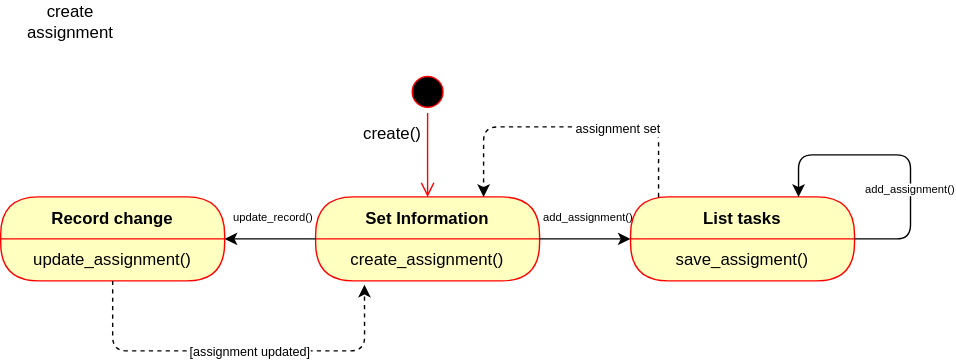
The draw.io diagram AnAnalysisModel.drawio.svg in ivondrak/SWE2025, before a commit. Source tidied: cells renumbered, new cells last; positions are measured from the earlier drawing's top-left corner, leaving out a move shared by most shapes. Source of this version:
```xml
<mxGraphModel>
  <root>
    <mxCell id="0" />
    <mxCell id="1" parent="0" />
    <mxCell id="2" value="create assignment" style="text;html=1;align=center;verticalAlign=middle;whiteSpace=wrap;rounded=0;" parent="1" vertex="1">
      <mxGeometry x="20" width="60" height="30" as="geometry" />
    </mxCell>
    <mxCell id="3" value="create()" style="text;html=1;align=center;verticalAlign=middle;whiteSpace=wrap;rounded=0;fontColor=default;labelBackgroundColor=none;" parent="1" vertex="1">
      <mxGeometry x="240" y="80" width="80" height="30" as="geometry" />
    </mxCell>
    <mxCell id="4" value="Set Information" style="swimlane;fontStyle=1;align=center;verticalAlign=middle;horizontal=1;startSize=30;fontColor=#000000;rounded=1;arcSize=30;strokeColor=#ff0000;fillColor=#ffffc0;swimlaneFillColor=#ffffc0;" parent="1" vertex="1">
      <mxGeometry x="225" y="140" width="160" height="60" as="geometry" />
    </mxCell>
    <mxCell id="5" value="create_assignment()" style="text;html=1;strokeColor=none;fillColor=none;align=center;verticalAlign=middle;spacingLeft=4;spacingRight=4;whiteSpace=wrap;overflow=hidden;fontColor=#000000;" parent="4" vertex="1">
      <mxGeometry y="30" width="160" height="30" as="geometry" />
    </mxCell>
    <mxCell id="6" style="ellipse;html=1;shape=startState;fillColor=#000000;strokeColor=#ff0000;" parent="1" vertex="1">
      <mxGeometry x="290" y="50" width="30" height="30" as="geometry" />
    </mxCell>
    <mxCell id="7" style="edgeStyle=orthogonalEdgeStyle;html=1;verticalAlign=bottom;endArrow=open;endSize=8;strokeColor=#ff0000;" parent="1" edge="1" source="6">
      <mxGeometry relative="1" as="geometry">
        <mxPoint x="305" y="140" as="targetPoint" />
      </mxGeometry>
    </mxCell>
    <mxCell id="8" value="Record change" style="swimlane;fontStyle=1;align=center;verticalAlign=middle;horizontal=1;startSize=30;fontColor=#000000;rounded=1;arcSize=30;strokeColor=#ff0000;fillColor=#ffffc0;swimlaneFillColor=#ffffc0;" parent="1" vertex="1">
      <mxGeometry y="140" width="160" height="60" as="geometry" />
    </mxCell>
    <mxCell id="9" value="update_assignment()" style="text;html=1;strokeColor=none;fillColor=none;align=center;verticalAlign=middle;spacingLeft=4;spacingRight=4;whiteSpace=wrap;overflow=hidden;fontColor=#000000;" parent="8" vertex="1">
      <mxGeometry y="30" width="160" height="30" as="geometry" />
    </mxCell>
    <mxCell id="10" style="edgeStyle=none;html=1;exitX=0;exitY=0;exitDx=0;exitDy=0;entryX=1;entryY=0;entryDx=0;entryDy=0;" parent="1" edge="1" source="5" target="9">
      <mxGeometry relative="1" as="geometry" />
    </mxCell>
    <mxCell id="11" value="update_record()" style="text;html=1;align=center;verticalAlign=middle;whiteSpace=wrap;rounded=0;fontSize=8;" parent="1" vertex="1">
      <mxGeometry x="165" y="140" width="60" height="30" as="geometry" />
    </mxCell>
    <mxCell id="12" value="List tasks" style="swimlane;fontStyle=1;align=center;verticalAlign=middle;horizontal=1;startSize=30;fontColor=#000000;rounded=1;arcSize=30;strokeColor=#ff0000;fillColor=#ffffc0;swimlaneFillColor=#ffffc0;" parent="1" vertex="1">
      <mxGeometry x="450" y="140" width="160" height="60" as="geometry" />
    </mxCell>
    <mxCell id="13" value="save_assigment()" style="text;html=1;strokeColor=none;fillColor=none;align=center;verticalAlign=middle;spacingLeft=4;spacingRight=4;whiteSpace=wrap;overflow=hidden;fontColor=#000000;" parent="12" vertex="1">
      <mxGeometry y="30" width="160" height="30" as="geometry" />
    </mxCell>
    <mxCell id="14" style="edgeStyle=none;html=1;exitX=1;exitY=0;exitDx=0;exitDy=0;entryX=0;entryY=0;entryDx=0;entryDy=0;" parent="1" edge="1" source="5" target="13">
      <mxGeometry relative="1" as="geometry" />
    </mxCell>
    <mxCell id="15" value="add_assignment()" style="text;html=1;align=center;verticalAlign=middle;whiteSpace=wrap;rounded=0;fontSize=8;" parent="1" vertex="1">
      <mxGeometry x="390" y="140" width="60" height="30" as="geometry" />
    </mxCell>
    <mxCell id="16" style="endArrow=classic;html=1;entryX=0.75;entryY=0;entryDx=0;entryDy=0;" parent="1" edge="1" target="12">
      <mxGeometry relative="1" as="geometry">
        <mxPoint x="610" y="170" as="sourcePoint" />
        <Array as="points">
          <mxPoint x="650" y="170" />
          <mxPoint x="650" y="110" />
          <mxPoint x="570" y="110" />
        </Array>
      </mxGeometry>
    </mxCell>
    <mxCell id="17" value="add_assignment()" style="text;html=1;align=center;verticalAlign=middle;whiteSpace=wrap;rounded=0;fontSize=8;labelBackgroundColor=default;" parent="1" vertex="1">
      <mxGeometry x="620" y="120" width="60" height="30" as="geometry" />
    </mxCell>
    <mxCell id="18" style="endArrow=classic;html=1;entryX=0.75;entryY=0;entryDx=0;entryDy=0;dashed=1;" parent="1" edge="1" target="4">
      <mxGeometry relative="1" as="geometry">
        <mxPoint x="470" y="140" as="sourcePoint" />
        <Array as="points">
          <mxPoint x="470" y="90" />
          <mxPoint x="345" y="90" />
        </Array>
      </mxGeometry>
    </mxCell>
    <mxCell id="19" value="assignment set" style="edgeLabel;html=1;align=center;verticalAlign=middle;fontSize=9;" parent="18" vertex="1">
      <mxGeometry x="-0.29" y="2" relative="1" as="geometry" />
    </mxCell>
    <mxCell id="20" style="endArrow=classic;html=1;exitX=0.5;exitY=1;exitDx=0;exitDy=0;entryX=0.218;entryY=1.093;entryDx=0;entryDy=0;entryPerimeter=0;dashed=1;" parent="1" edge="1" source="9" target="5">
      <mxGeometry relative="1" as="geometry">
        <Array as="points">
          <mxPoint x="80" y="250" />
          <mxPoint x="260" y="250" />
        </Array>
      </mxGeometry>
    </mxCell>
    <mxCell id="21" value="[assignment updated]" style="edgeLabel;html=1;align=center;verticalAlign=middle;fontSize=9;" parent="20" vertex="1">
      <mxGeometry x="0.06" y="-1" relative="1" as="geometry" />
    </mxCell>
  </root>
</mxGraphModel>
```
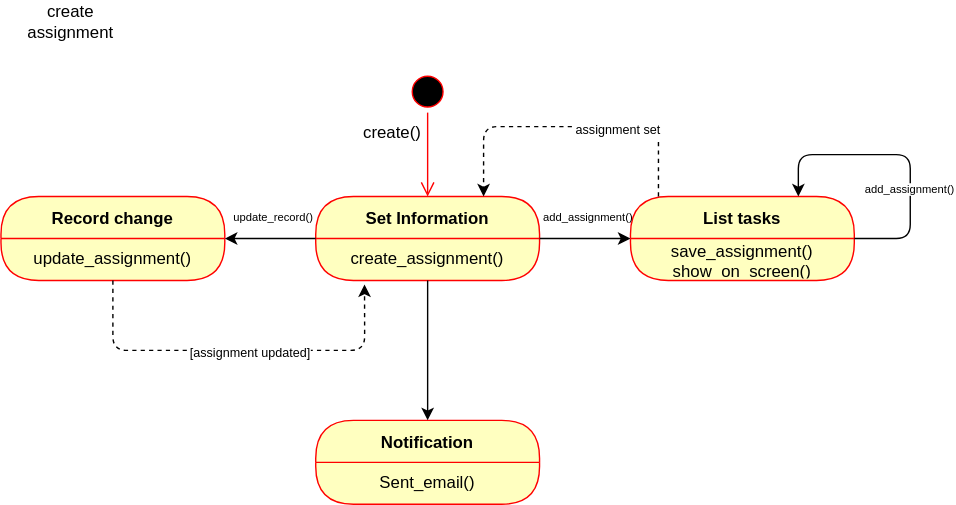
Later version of the same file.

Commit message:
edited task-statechart

What changed in the source:
```diff
@@ -37,7 +37,7 @@
     <mxCell id="12" value="List tasks" style="swimlane;fontStyle=1;align=center;verticalAlign=middle;horizontal=1;startSize=30;fontColor=#000000;rounded=1;arcSize=30;strokeColor=#ff0000;fillColor=#ffffc0;swimlaneFillColor=#ffffc0;" parent="1" vertex="1">
       <mxGeometry x="450" y="140" width="160" height="60" as="geometry" />
     </mxCell>
-    <mxCell id="13" value="save_assigment()" style="text;html=1;strokeColor=none;fillColor=none;align=center;verticalAlign=middle;spacingLeft=4;spacingRight=4;whiteSpace=wrap;overflow=hidden;fontColor=#000000;" parent="12" vertex="1">
+    <mxCell id="13" value="save_assignment()&lt;br&gt;show_on_screen()" style="text;html=1;strokeColor=none;fillColor=none;align=center;verticalAlign=middle;spacingLeft=4;spacingRight=4;whiteSpace=wrap;overflow=hidden;fontColor=#000000;" parent="12" vertex="1">
       <mxGeometry y="30" width="160" height="30" as="geometry" />
     </mxCell>
     <mxCell id="14" style="edgeStyle=none;html=1;exitX=1;exitY=0;exitDx=0;exitDy=0;entryX=0;entryY=0;entryDx=0;entryDy=0;" parent="1" edge="1" source="5" target="13">
@@ -82,5 +82,14 @@
     <mxCell id="21" value="[assignment updated]" style="edgeLabel;html=1;align=center;verticalAlign=middle;fontSize=9;" parent="20" vertex="1">
       <mxGeometry x="0.06" y="-1" relative="1" as="geometry" />
     </mxCell>
+    <mxCell id="22" value="Notification" style="swimlane;fontStyle=1;align=center;verticalAlign=middle;horizontal=1;startSize=30;fontColor=#000000;rounded=1;arcSize=30;strokeColor=#ff0000;fillColor=#ffffc0;swimlaneFillColor=#ffffc0;" parent="1" vertex="1">
+      <mxGeometry x="225" y="300" width="160" height="60" as="geometry" />
+    </mxCell>
+    <mxCell id="23" value="Sent_email()" style="text;html=1;strokeColor=none;fillColor=none;align=center;verticalAlign=middle;spacingLeft=4;spacingRight=4;whiteSpace=wrap;overflow=hidden;fontColor=#000000;" parent="22" vertex="1">
+      <mxGeometry y="30" width="160" height="30" as="geometry" />
+    </mxCell>
+    <mxCell id="24" style="edgeStyle=none;html=1;exitX=0.5;exitY=1;exitDx=0;exitDy=0;entryX=0.5;entryY=0;entryDx=0;entryDy=0;" parent="1" edge="1" source="5" target="22">
+      <mxGeometry relative="1" as="geometry" />
+    </mxCell>
   </root>
 </mxGraphModel>
```
